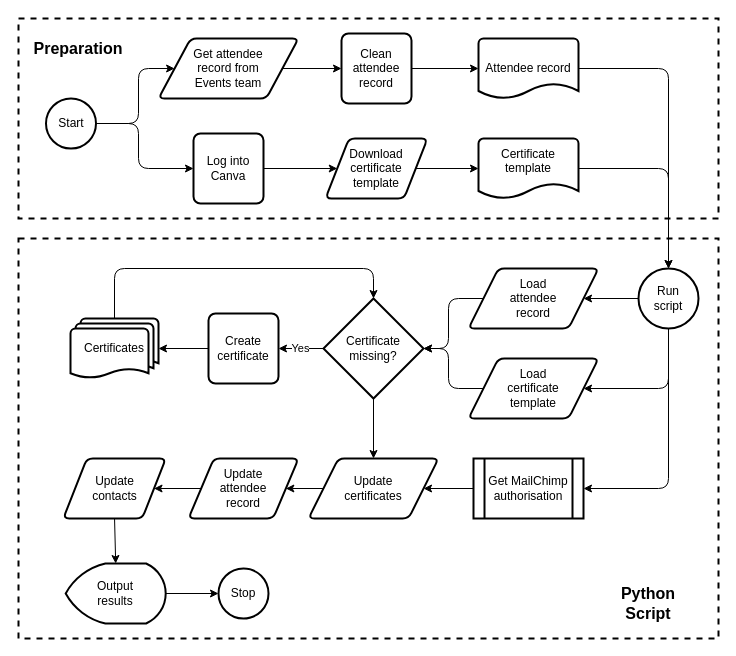
This is docs/kickstart/figures/new_solution.drawio from rehaabsyed/CertificateAutomater, a draw.io file, before an edit. Source tidied: cells renumbered, new cells numbered last; positions are measured from the earlier drawing's top-left corner, leaving out a move shared by most shapes. Both pictures are drawn from the tidied source at 100%, with x=0, y=0 at pixel (18, 18).
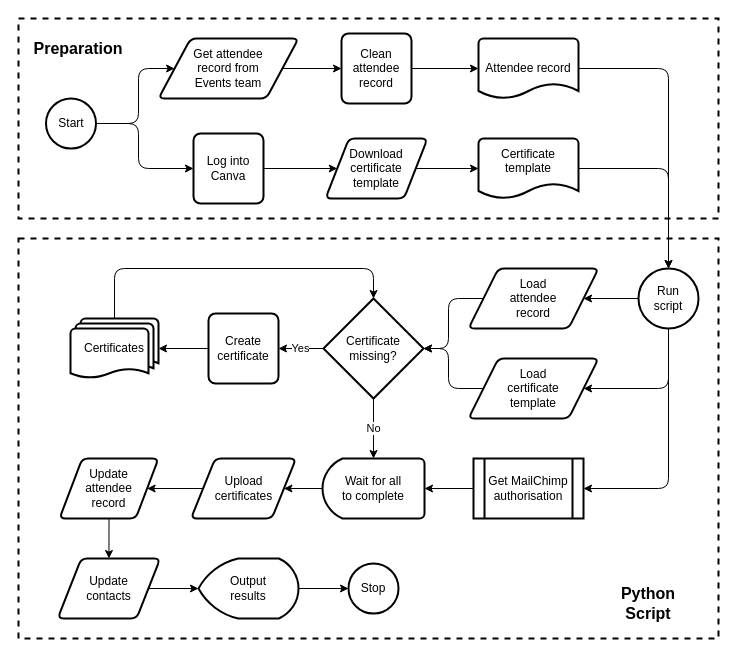
The same diagram, later.

Commit message (it also covers changes not shown here):
Inserted delay block into new solution flowchart

The change refers to these unchanged cells:
```xml
<mxCell id="26" value="Certificate&lt;br&gt;missing?" style="strokeWidth=2;html=1;shape=mxgraph.flowchart.decision;whiteSpace=wrap;rounded=0;" parent="1" vertex="1">
  <mxGeometry x="305" y="280" width="100" height="100" as="geometry" />
</mxCell>
<mxCell id="33" value="Get MailChimp&lt;br&gt;authorisation" style="shape=process;whiteSpace=wrap;html=1;backgroundOutline=1;rounded=0;strokeWidth=2;" parent="1" vertex="1">
  <mxGeometry x="455" y="440" width="110" height="60" as="geometry" />
</mxCell>
```

The edit, as a diff of the source:
```diff
@@
+    <mxCell id="45" style="whiteSpace=wrap;html=1;strokeWidth=2;fillColor=none;dashed=1;rounded=0;" parent="1" vertex="1">
+      <mxGeometry y="220" width="700" height="400" as="geometry" />
+    </mxCell>
@@
-    <mxCell id="34" value="Update&lt;br&gt;certificates" style="shape=parallelogram;html=1;strokeWidth=2;perimeter=parallelogramPerimeter;whiteSpace=wrap;arcSize=12;size=0.23;rounded=1;" parent="1" vertex="1">
-      <mxGeometry x="290" y="440" width="130" height="60" as="geometry" />
+    <mxCell id="34" value="Upload&lt;br&gt;certificates" style="shape=parallelogram;html=1;strokeWidth=2;perimeter=parallelogramPerimeter;whiteSpace=wrap;arcSize=12;size=0.23;rounded=1;" parent="1" vertex="1">
+      <mxGeometry x="172.5" y="440" width="105" height="60" as="geometry" />
     </mxCell>
-    <mxCell id="35" style="endArrow=classic;html=1;entryX=0.5;entryY=0;entryDx=0;entryDy=0;exitX=0.5;exitY=1;exitDx=0;exitDy=0;exitPerimeter=0;" parent="1" edge="1" source="26" target="34">
+    <mxCell id="35" value="No" style="endArrow=classic;html=1;exitX=0.5;exitY=1;exitDx=0;exitDy=0;exitPerimeter=0;entryX=0.5;entryY=1;entryDx=0;entryDy=0;entryPerimeter=0;" parent="1" edge="1" source="26" target="47">
       <mxGeometry relative="1" as="geometry" />
     </mxCell>
-    <mxCell id="36" style="endArrow=classic;html=1;entryX=1;entryY=0.5;entryDx=0;entryDy=0;exitX=0;exitY=0.5;exitDx=0;exitDy=0;" parent="1" edge="1" source="33" target="34">
-      <mxGeometry relative="1" as="geometry" />
-    </mxCell>
     <mxCell id="37" value="Update&lt;br&gt;attendee&lt;br&gt;record" style="shape=parallelogram;html=1;strokeWidth=2;perimeter=parallelogramPerimeter;whiteSpace=wrap;arcSize=12;size=0.23;rounded=1;" parent="1" vertex="1">
-      <mxGeometry x="170" y="440" width="110" height="60" as="geometry" />
+      <mxGeometry x="41" y="440" width="99" height="60" as="geometry" />
     </mxCell>
@@
     <mxCell id="39" value="Update&lt;br&gt;contacts" style="shape=parallelogram;html=1;strokeWidth=2;perimeter=parallelogramPerimeter;whiteSpace=wrap;arcSize=12;size=0.23;rounded=1;" parent="1" vertex="1">
-      <mxGeometry x="44.8" y="440" width="102.5" height="60" as="geometry" />
+      <mxGeometry x="39.2" y="540" width="102.5" height="60" as="geometry" />
     </mxCell>
-    <mxCell id="40" style="endArrow=classic;html=1;entryX=1;entryY=0.5;entryDx=0;entryDy=0;exitX=0;exitY=0.5;exitDx=0;exitDy=0;" parent="1" edge="1" source="37" target="39">
-      <mxGeometry relative="1" as="geometry" />
-    </mxCell>
     <mxCell id="41" value="Output&lt;br&gt;results" style="strokeWidth=2;html=1;shape=mxgraph.flowchart.display;whiteSpace=wrap;rounded=0;" parent="1" vertex="1">
-      <mxGeometry x="47.2" y="545" width="100" height="60" as="geometry" />
+      <mxGeometry x="180" y="540" width="100" height="60" as="geometry" />
     </mxCell>
-    <mxCell id="42" style="endArrow=classic;html=1;entryX=0.5;entryY=0;entryDx=0;entryDy=0;entryPerimeter=0;exitX=0.5;exitY=1;exitDx=0;exitDy=0;" parent="1" edge="1" source="39" target="41">
-      <mxGeometry relative="1" as="geometry" />
-    </mxCell>
     <mxCell id="43" value="Stop" style="strokeWidth=2;html=1;shape=mxgraph.flowchart.start_2;whiteSpace=wrap;rounded=1;" parent="1" vertex="1">
-      <mxGeometry x="200" y="550" width="50" height="50" as="geometry" />
+      <mxGeometry x="330" y="545" width="50" height="50" as="geometry" />
     </mxCell>
@@
-    <mxCell id="45" style="whiteSpace=wrap;html=1;strokeWidth=2;fillColor=none;dashed=1;rounded=0;" parent="1" vertex="1">
-      <mxGeometry y="220" width="700" height="400" as="geometry" />
-    </mxCell>
@@
+    <mxCell id="47" value="Wait for all&lt;br&gt;to complete" style="strokeWidth=2;html=1;shape=mxgraph.flowchart.delay;whiteSpace=wrap;flipV=1;flipH=1;" parent="1" vertex="1">
+      <mxGeometry x="304" y="440" width="102" height="60" as="geometry" />
+    </mxCell>
+    <mxCell id="48" style="endArrow=classic;html=1;entryX=0;entryY=0.5;entryDx=0;entryDy=0;entryPerimeter=0;exitX=0;exitY=0.5;exitDx=0;exitDy=0;" parent="1" edge="1" source="33" target="47">
+      <mxGeometry relative="1" as="geometry" />
+    </mxCell>
+    <mxCell id="49" style="endArrow=classic;html=1;entryX=1;entryY=0.5;entryDx=0;entryDy=0;exitX=1;exitY=0.5;exitDx=0;exitDy=0;exitPerimeter=0;" parent="1" edge="1" source="47" target="34">
+      <mxGeometry relative="1" as="geometry" />
+    </mxCell>
+    <mxCell id="40" style="endArrow=classic;html=1;entryX=0.5;entryY=0;entryDx=0;entryDy=0;exitX=0.5;exitY=1;exitDx=0;exitDy=0;" parent="1" edge="1" source="37" target="39">
+      <mxGeometry relative="1" as="geometry" />
+    </mxCell>
+    <mxCell id="42" style="endArrow=classic;html=1;entryX=0;entryY=0.5;entryDx=0;entryDy=0;entryPerimeter=0;exitX=1;exitY=0.5;exitDx=0;exitDy=0;" parent="1" edge="1" source="39" target="41">
+      <mxGeometry relative="1" as="geometry" />
+    </mxCell>
```
